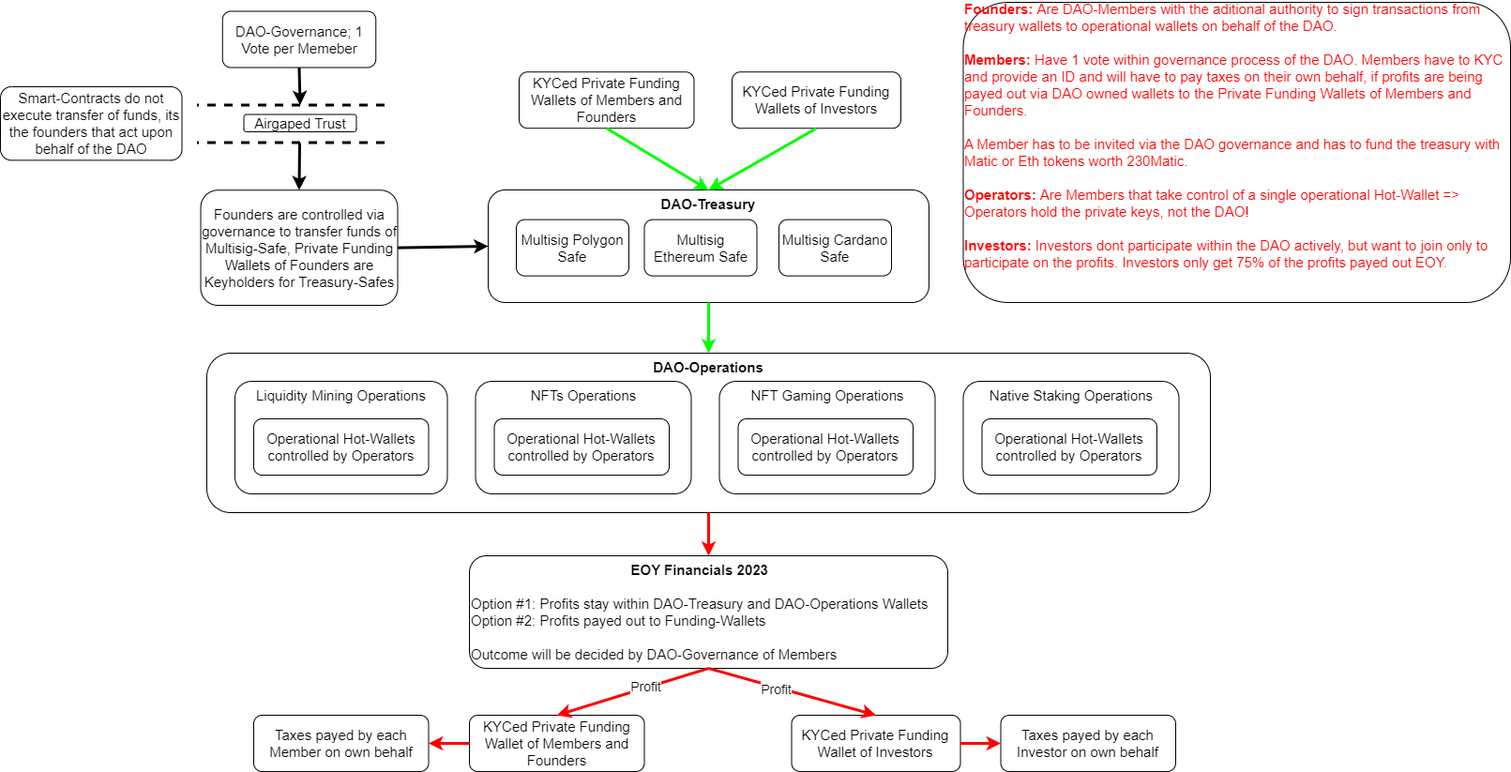
Before: 00_Organisational/Diagrams/architecture.png, a diagram exported from draw.io (Vedaykin/2ndRenaissanceSociety). Source tidied: cells renumbered, new cells last; positions are measured from the earlier drawing's top-left corner, leaving out a move shared by most shapes.
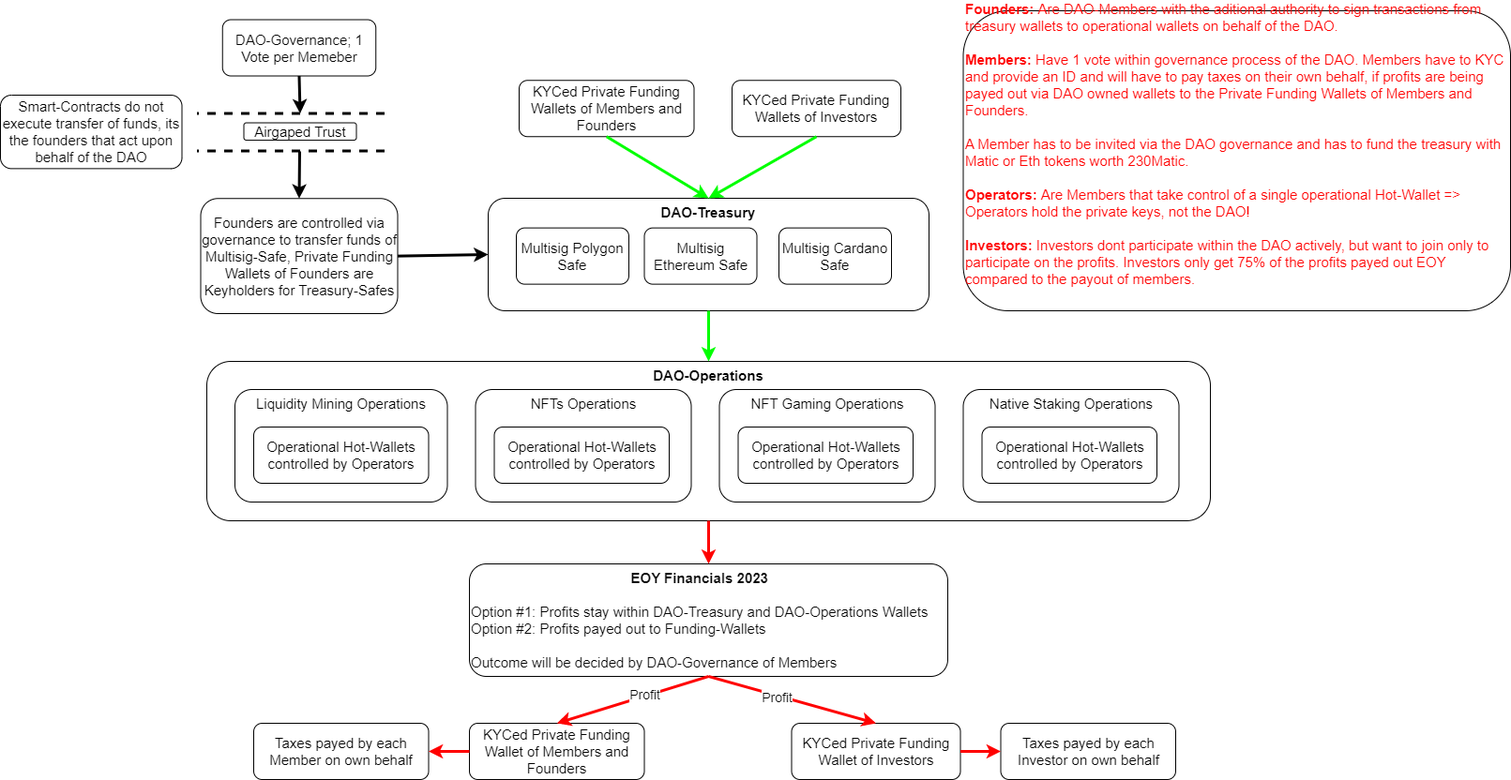
After the commit.

Commit message:
Wallet and diagrams update

Diff of the diagram source:
```diff
@@ -133,7 +133,7 @@
     <mxCell id="40" value="Smart-Contracts do not execute transfer of funds, its the founders that act upon behalf of the DAO" style="rounded=1;whiteSpace=wrap;html=1;fontSize=15;fontColor=#050505;" parent="1" vertex="1">
       <mxGeometry y="90" width="193.5" height="78.4" as="geometry" />
     </mxCell>
-    <mxCell id="41" value="Founders: &lt;span style=&quot;font-weight: normal;&quot;&gt;Are DAO-Members with the aditional authority to sign transactions from treasury wallets to operational wallets on behalf of the DAO.&lt;/span&gt;&lt;br style=&quot;border-color: var(--border-color); font-size: 15px;&quot;&gt;&lt;br style=&quot;border-color: var(--border-color); font-size: 15px;&quot;&gt;&lt;div style=&quot;border-color: var(--border-color); font-size: 15px;&quot;&gt;&lt;span style=&quot;border-color: var(--border-color); background-color: initial; font-size: 15px;&quot;&gt;Members: &lt;span style=&quot;font-weight: normal;&quot;&gt;Have 1 vote within governance process of the DAO. Members have to KYC and provide an ID and will have to pay taxes on their own behalf, if profits are being payed out via DAO owned wallets to the Private Funding Wallets of Members and Founders.&lt;/span&gt;&lt;/span&gt;&lt;/div&gt;&lt;div style=&quot;border-color: var(--border-color); font-size: 15px;&quot;&gt;&lt;span style=&quot;border-color: var(--border-color); background-color: initial; font-size: 15px; font-weight: normal;&quot;&gt;&lt;br&gt;&lt;/span&gt;&lt;/div&gt;&lt;div style=&quot;border-color: var(--border-color); font-size: 15px;&quot;&gt;&lt;span style=&quot;border-color: var(--border-color); background-color: initial; font-size: 15px; font-weight: normal;&quot;&gt;A Member has to be invited via the DAO governance and has to fund the treasury with Matic or Eth tokens worth 230Matic.&lt;br&gt;&lt;/span&gt;&lt;/div&gt;&lt;div style=&quot;border-color: var(--border-color); font-size: 15px;&quot;&gt;&lt;span style=&quot;border-color: var(--border-color); background-color: initial; font-size: 15px;&quot;&gt;&lt;br style=&quot;border-color: var(--border-color); font-size: 15px;&quot;&gt;&lt;/span&gt;&lt;/div&gt;&lt;div style=&quot;border-color: var(--border-color); font-size: 15px;&quot;&gt;&lt;span style=&quot;border-color: var(--border-color); background-color: initial; font-size: 15px;&quot;&gt;Operators: &lt;span style=&quot;font-weight: normal;&quot;&gt;Are Members that take control of a single operational Hot-Wallet =&amp;gt; Operators hold the private keys, not the DAO!&lt;/span&gt;&lt;/span&gt;&lt;/div&gt;&lt;div style=&quot;border-color: var(--border-color); font-size: 15px;&quot;&gt;&lt;span style=&quot;border-color: var(--border-color); background-color: initial; font-size: 15px;&quot;&gt;&lt;span style=&quot;font-weight: normal;&quot;&gt;&lt;br&gt;&lt;/span&gt;&lt;/span&gt;&lt;/div&gt;&lt;div style=&quot;border-color: var(--border-color); font-size: 15px;&quot;&gt;&lt;span style=&quot;border-color: var(--border-color); background-color: initial; font-size: 15px;&quot;&gt;Investors:&lt;span style=&quot;font-weight: 400;&quot;&gt;&amp;nbsp;Investors dont participate within the DAO actively, but want to join only to participate on the profits. Investors only get 75% of the profits payed out EOY.&lt;/span&gt;&lt;/span&gt;&lt;/div&gt;&lt;div style=&quot;border-color: var(--border-color); font-size: 15px;&quot;&gt;&lt;span style=&quot;border-color: var(--border-color); background-color: initial; font-size: 15px;&quot;&gt;&lt;br&gt;&lt;/span&gt;&lt;/div&gt;&lt;div style=&quot;border-color: var(--border-color); font-size: 15px;&quot;&gt;&lt;br&gt;&lt;/div&gt;" style="rounded=1;whiteSpace=wrap;html=1;fontSize=15;align=left;fontColor=#FF0000;fontStyle=1;" parent="1" vertex="1">
+    <mxCell id="41" value="Founders: &lt;span style=&quot;font-weight: normal;&quot;&gt;Are DAO-Members with the aditional authority to sign transactions from treasury wallets to operational wallets on behalf of the DAO.&lt;/span&gt;&lt;br style=&quot;border-color: var(--border-color); font-size: 15px;&quot;&gt;&lt;br style=&quot;border-color: var(--border-color); font-size: 15px;&quot;&gt;&lt;div style=&quot;border-color: var(--border-color); font-size: 15px;&quot;&gt;&lt;span style=&quot;border-color: var(--border-color); background-color: initial; font-size: 15px;&quot;&gt;Members: &lt;span style=&quot;font-weight: normal;&quot;&gt;Have 1 vote within governance process of the DAO. Members have to KYC and provide an ID and will have to pay taxes on their own behalf, if profits are being payed out via DAO owned wallets to the Private Funding Wallets of Members and Founders.&lt;/span&gt;&lt;/span&gt;&lt;/div&gt;&lt;div style=&quot;border-color: var(--border-color); font-size: 15px;&quot;&gt;&lt;span style=&quot;border-color: var(--border-color); background-color: initial; font-size: 15px; font-weight: normal;&quot;&gt;&lt;br&gt;&lt;/span&gt;&lt;/div&gt;&lt;div style=&quot;border-color: var(--border-color); font-size: 15px;&quot;&gt;&lt;span style=&quot;border-color: var(--border-color); background-color: initial; font-size: 15px; font-weight: normal;&quot;&gt;A Member has to be invited via the DAO governance and has to fund the treasury with Matic or Eth tokens worth 230Matic.&lt;br&gt;&lt;/span&gt;&lt;/div&gt;&lt;div style=&quot;border-color: var(--border-color); font-size: 15px;&quot;&gt;&lt;span style=&quot;border-color: var(--border-color); background-color: initial; font-size: 15px;&quot;&gt;&lt;br style=&quot;border-color: var(--border-color); font-size: 15px;&quot;&gt;&lt;/span&gt;&lt;/div&gt;&lt;div style=&quot;border-color: var(--border-color); font-size: 15px;&quot;&gt;&lt;span style=&quot;border-color: var(--border-color); background-color: initial; font-size: 15px;&quot;&gt;Operators: &lt;span style=&quot;font-weight: normal;&quot;&gt;Are Members that take control of a single operational Hot-Wallet =&amp;gt; Operators hold the private keys, not the DAO!&lt;/span&gt;&lt;/span&gt;&lt;/div&gt;&lt;div style=&quot;border-color: var(--border-color); font-size: 15px;&quot;&gt;&lt;span style=&quot;border-color: var(--border-color); background-color: initial; font-size: 15px;&quot;&gt;&lt;span style=&quot;font-weight: normal;&quot;&gt;&lt;br&gt;&lt;/span&gt;&lt;/span&gt;&lt;/div&gt;&lt;div style=&quot;border-color: var(--border-color); font-size: 15px;&quot;&gt;&lt;span style=&quot;border-color: var(--border-color); background-color: initial; font-size: 15px;&quot;&gt;Investors:&lt;span style=&quot;font-weight: 400;&quot;&gt;&amp;nbsp;Investors dont participate within the DAO actively, but want to join only to participate on the profits. Investors only get 75% of the profits payed out EOY compared to the payout of members.&lt;/span&gt;&lt;/span&gt;&lt;/div&gt;&lt;div style=&quot;border-color: var(--border-color); font-size: 15px;&quot;&gt;&lt;span style=&quot;border-color: var(--border-color); background-color: initial; font-size: 15px;&quot;&gt;&lt;br&gt;&lt;/span&gt;&lt;/div&gt;&lt;div style=&quot;border-color: var(--border-color); font-size: 15px;&quot;&gt;&lt;br&gt;&lt;/div&gt;" style="rounded=1;whiteSpace=wrap;html=1;fontSize=15;align=left;fontColor=#FF0000;fontStyle=1;" parent="1" vertex="1">
       <mxGeometry x="1026.5" width="583.5" height="320" as="geometry" />
     </mxCell>
   </root>
```
